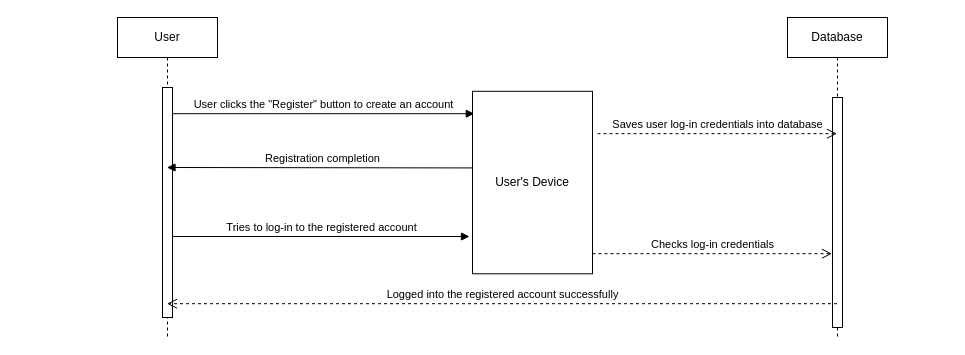
The draw.io diagram Registration-Sequence-Diagram.drawio in uvic-teach/project-m1-team8, before the edit. Source tidied: cells renumbered, new cells numbered last; positions are measured from the earlier drawing's top-left corner, leaving out a move shared by most shapes. Both pictures are drawn from the tidied source at 100%, with x=0, y=0 at pixel (117, 17).
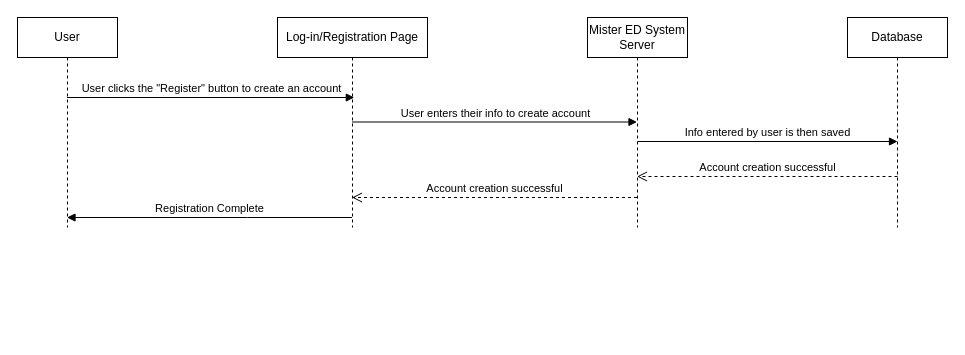
The same page after the edit.

Diff of the diagram source:
```diff
@@
     <mxCell id="2" value="User" style="shape=umlLifeline;perimeter=lifelinePerimeter;whiteSpace=wrap;html=1;outlineConnect=0;portConstraint=eastwest;newEdgeStyle={&quot;edgeStyle&quot;:&quot;elbowEdgeStyle&quot;,&quot;elbow&quot;:&quot;vertical&quot;,&quot;curved&quot;:0,&quot;rounded&quot;:0};" parent="1" vertex="1">
-      <mxGeometry width="100" height="320" as="geometry" />
+      <mxGeometry x="-100" width="100" height="210" as="geometry" />
     </mxCell>
-    <mxCell id="3" style="html=1;points=[];perimeter=orthogonalPerimeter;outlineConnect=0;targetShapes=umlLifeline;portConstraint=eastwest;newEdgeStyle={&quot;edgeStyle&quot;:&quot;elbowEdgeStyle&quot;,&quot;elbow&quot;:&quot;vertical&quot;,&quot;curved&quot;:0,&quot;rounded&quot;:0};" parent="2" vertex="1">
-      <mxGeometry x="45" y="70" width="10" height="230" as="geometry" />
-    </mxCell>
     <mxCell id="4" value="Database" style="shape=umlLifeline;perimeter=lifelinePerimeter;whiteSpace=wrap;html=1;outlineConnect=0;portConstraint=eastwest;newEdgeStyle={&quot;edgeStyle&quot;:&quot;elbowEdgeStyle&quot;,&quot;elbow&quot;:&quot;vertical&quot;,&quot;curved&quot;:0,&quot;rounded&quot;:0};" parent="1" vertex="1">
-      <mxGeometry x="670" width="100" height="320" as="geometry" />
+      <mxGeometry x="730" width="100" height="210" as="geometry" />
     </mxCell>
-    <mxCell id="5" style="html=1;perimeter=orthogonalPerimeter;targetShapes=umlLifeline;newEdgeStyle={&quot;edgeStyle&quot;:&quot;elbowEdgeStyle&quot;,&quot;elbow&quot;:&quot;vertical&quot;,&quot;curved&quot;:0,&quot;rounded&quot;:0};" parent="4" vertex="1">
-      <mxGeometry x="45" y="80" width="10" height="230" as="geometry" />
-    </mxCell>
-    <mxCell id="6" value="User clicks the &quot;Register&quot; button to create an account" style="html=1;verticalAlign=bottom;endArrow=block;edgeStyle=elbowEdgeStyle;elbow=vertical;curved=0;rounded=0;entryX=0.015;entryY=0.126;entryDx=0;entryDy=0;entryPerimeter=0;" parent="1" edge="1" source="3" target="9">
+    <mxCell id="6" value="User clicks the &quot;Register&quot; button to create an account" style="html=1;verticalAlign=bottom;endArrow=block;edgeStyle=elbowEdgeStyle;elbow=vertical;curved=0;rounded=0;entryX=0.512;entryY=0.218;entryDx=0;entryDy=0;entryPerimeter=0;" parent="1" edge="1">
       <mxGeometry relative="1" as="geometry">
-        <Array as="points">
-          <mxPoint x="330" y="96.2" />
-        </Array>
+        <mxPoint x="-50.5" y="80" as="sourcePoint" />
+        <mxPoint x="236.8" y="80.4" as="targetPoint" />
       </mxGeometry>
     </mxCell>
-    <mxCell id="7" value="Logged into the registered account successfully" style="html=1;verticalAlign=bottom;endArrow=open;dashed=1;endSize=8;edgeStyle=elbowEdgeStyle;elbow=vertical;curved=0;rounded=0;" parent="1" edge="1" source="4" target="2">
-      <mxGeometry relative="1" as="geometry">
-        <Array as="points">
-          <mxPoint x="245" y="286.2" />
-        </Array>
-      </mxGeometry>
-    </mxCell>
-    <mxCell id="8" value="Registration completion" style="html=1;verticalAlign=bottom;endArrow=block;edgeStyle=elbowEdgeStyle;elbow=vertical;curved=0;rounded=0;exitX=0.042;exitY=0.42;exitDx=0;exitDy=0;exitPerimeter=0;" parent="1" edge="1" source="9" target="2">
-      <mxGeometry relative="1" as="geometry" />
-    </mxCell>
-    <mxCell id="9" value="User's Device" style="rounded=0;whiteSpace=wrap;html=1;" parent="1" vertex="1">
-      <mxGeometry x="355" y="73.8" width="120" height="182.5" as="geometry" />
-    </mxCell>
-    <mxCell id="10" value="Tries to log-in to the registered account" style="html=1;verticalAlign=bottom;endArrow=block;edgeStyle=elbowEdgeStyle;elbow=vertical;curved=0;rounded=0;entryX=-0.025;entryY=0.798;entryDx=0;entryDy=0;entryPerimeter=0;" parent="1" edge="1" source="3" target="9">
-      <mxGeometry relative="1" as="geometry" />
-    </mxCell>
-    <mxCell id="11" value="Saves user log-in credentials into database" style="html=1;verticalAlign=bottom;endArrow=open;dashed=1;endSize=8;edgeStyle=elbowEdgeStyle;elbow=vertical;curved=0;rounded=0;" parent="1" edge="1">
-      <mxGeometry relative="1" as="geometry">
-        <mxPoint x="480" y="116.2" as="sourcePoint" />
-        <mxPoint x="719.5" y="116.2" as="targetPoint" />
-        <Array as="points">
-          <mxPoint x="610" y="116.2" />
-        </Array>
-      </mxGeometry>
-    </mxCell>
-    <mxCell id="12" value="Checks log-in credentials" style="html=1;verticalAlign=bottom;endArrow=open;dashed=1;endSize=8;edgeStyle=elbowEdgeStyle;elbow=vertical;curved=0;rounded=0;" parent="1" edge="1">
-      <mxGeometry relative="1" as="geometry">
-        <mxPoint x="475" y="236.2" as="sourcePoint" />
-        <mxPoint x="714.5" y="236.2" as="targetPoint" />
-        <Array as="points">
-          <mxPoint x="605" y="236.2" />
-        </Array>
-      </mxGeometry>
-    </mxCell>
+    <mxCell id="13" value="Log-in/Registration Page" style="shape=umlLifeline;perimeter=lifelinePerimeter;whiteSpace=wrap;html=1;newEdgeStyle={&quot;edgeStyle&quot;:&quot;elbowEdgeStyle&quot;,&quot;elbow&quot;:&quot;vertical&quot;,&quot;curved&quot;:0,&quot;rounded&quot;:0};" parent="1" vertex="1">
+      <mxGeometry x="160" width="150" height="210" as="geometry" />
+    </mxCell>
+    <mxCell id="14" value="Registration Complete" style="html=1;verticalAlign=bottom;endArrow=block;edgeStyle=elbowEdgeStyle;elbow=vertical;curved=0;rounded=0;" parent="1" edge="1">
+      <mxGeometry relative="1" as="geometry">
+        <mxPoint x="234.5" y="200" as="sourcePoint" />
+        <mxPoint x="-50.5" y="200" as="targetPoint" />
+        <Array as="points">
+          <mxPoint x="130" y="200" />
+          <mxPoint x="250" y="190" />
+        </Array>
+      </mxGeometry>
+    </mxCell>
+    <mxCell id="15" value="Mister ED System Server" style="shape=umlLifeline;perimeter=lifelinePerimeter;whiteSpace=wrap;html=1;newEdgeStyle={&quot;edgeStyle&quot;:&quot;elbowEdgeStyle&quot;,&quot;elbow&quot;:&quot;vertical&quot;,&quot;curved&quot;:0,&quot;rounded&quot;:0};" parent="1" vertex="1">
+      <mxGeometry x="470" width="100" height="210" as="geometry" />
+    </mxCell>
+    <mxCell id="16" value="User enters their info to create account" style="html=1;verticalAlign=bottom;endArrow=block;edgeStyle=elbowEdgeStyle;elbow=vertical;curved=0;rounded=0;" parent="1" edge="1">
+      <mxGeometry relative="1" as="geometry">
+        <mxPoint x="234.5" y="104.5" as="sourcePoint" />
+        <mxPoint x="519.5" y="104.9" as="targetPoint" />
+        <Array as="points">
+          <mxPoint x="240" y="104.5" />
+        </Array>
+      </mxGeometry>
+    </mxCell>
+    <mxCell id="17" value="Info entered by user is then saved" style="html=1;verticalAlign=bottom;endArrow=block;edgeStyle=elbowEdgeStyle;elbow=vertical;curved=0;rounded=0;" parent="1" edge="1">
+      <mxGeometry relative="1" as="geometry">
+        <mxPoint x="520" y="124" as="sourcePoint" />
+        <mxPoint x="780" y="123.8" as="targetPoint" />
+        <Array as="points">
+          <mxPoint x="824.6" y="124" />
+        </Array>
+      </mxGeometry>
+    </mxCell>
+    <mxCell id="18" value="Account creation successful" style="html=1;verticalAlign=bottom;endArrow=open;dashed=1;endSize=8;edgeStyle=elbowEdgeStyle;elbow=vertical;curved=0;rounded=0;" parent="1" edge="1">
+      <mxGeometry relative="1" as="geometry">
+        <mxPoint x="780" y="159" as="sourcePoint" />
+        <mxPoint x="519.5" y="159" as="targetPoint" />
+      </mxGeometry>
+    </mxCell>
+    <mxCell id="19" value="Account creation successful" style="html=1;verticalAlign=bottom;endArrow=open;dashed=1;endSize=8;edgeStyle=elbowEdgeStyle;elbow=vertical;curved=0;rounded=0;" parent="1" edge="1">
+      <mxGeometry relative="1" as="geometry">
+        <mxPoint x="519.5" y="180" as="sourcePoint" />
+        <mxPoint x="234.5" y="180" as="targetPoint" />
+      </mxGeometry>
+    </mxCell>
```
